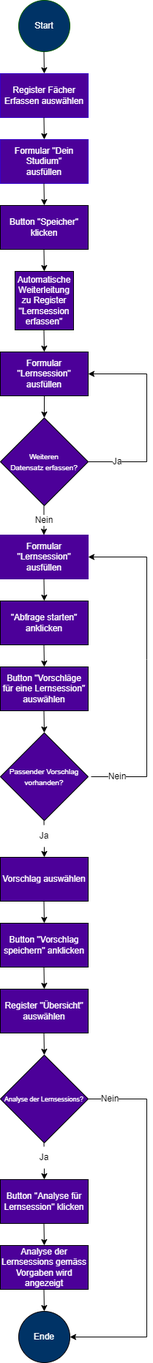
Before: images/Flowchart_Projekt_PROG2.png, a diagram exported from draw.io (corilla007/PROG2_Projektarbeit). Source tidied: cells renumbered, new cells last; positions are measured from the earlier drawing's top-left corner, leaving out a move shared by most shapes.
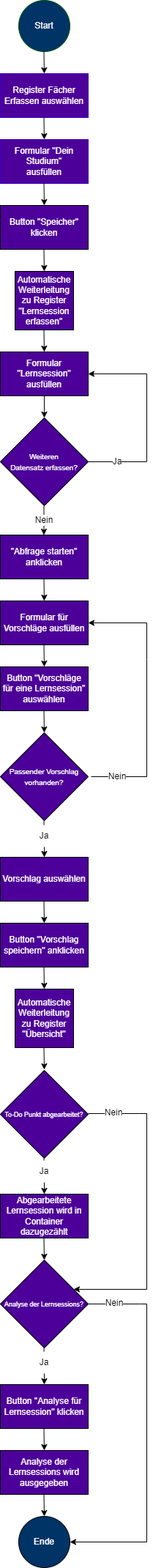
After the commit.

Diff of the diagram source:
```diff
@@ -76,11 +76,8 @@
     <mxCell id="18" value="&lt;font style=&quot;font-size: 12px&quot;&gt;Nein&lt;/font&gt;" style="text;html=1;strokeColor=none;fillColor=none;align=center;verticalAlign=middle;whiteSpace=wrap;rounded=0;fontSize=10;gradientColor=none;labelBackgroundColor=default;" parent="1" vertex="1">
       <mxGeometry x="30" y="695" width="60" height="30" as="geometry" />
     </mxCell>
-    <mxCell id="19" value="Formular &quot;Lernsession&quot; ausfüllen" style="rounded=0;whiteSpace=wrap;html=1;fontColor=#FFFFFF;strokeColor=#4C0099;fillColor=#4C0099;" parent="1" vertex="1">
-      <mxGeometry y="730" width="120" height="60" as="geometry" />
-    </mxCell>
     <mxCell id="20" value="&quot;Abfrage starten&quot; anklicken" style="rounded=0;whiteSpace=wrap;html=1;fillColor=#4C0099;fontColor=#FFFFFF;" parent="1" vertex="1">
-      <mxGeometry y="820" width="120" height="60" as="geometry" />
+      <mxGeometry y="730" width="120" height="60" as="geometry" />
     </mxCell>
     <mxCell id="21" style="endArrow=classic;html=1;rounded=0;fontSize=12;" parent="1" edge="1">
       <mxGeometry relative="1" as="geometry">
@@ -106,13 +103,13 @@
     <mxCell id="25" value="&lt;p style=&quot;line-height: 1.2&quot;&gt;&lt;span style=&quot;font-size: 10px&quot;&gt;Passender Vorschlag vorhanden?&lt;/span&gt;&lt;/p&gt;" style="rhombus;whiteSpace=wrap;html=1;fillColor=#4C0099;fontColor=#FFFFFF;" parent="1" vertex="1">
       <mxGeometry y="1000" width="120" height="120" as="geometry" />
     </mxCell>
-    <mxCell id="26" style="endArrow=classic;html=1;rounded=0;fontSize=10;exitX=1;exitY=0.5;exitDx=0;exitDy=0;entryX=1;entryY=0.5;entryDx=0;entryDy=0;" parent="1" edge="1" target="19">
+    <mxCell id="26" style="endArrow=classic;html=1;rounded=0;fontSize=10;exitX=1;exitY=0.5;exitDx=0;exitDy=0;entryX=1;entryY=0.5;entryDx=0;entryDy=0;" parent="1" edge="1" target="49">
       <mxGeometry relative="1" as="geometry">
         <mxPoint x="124" y="1060" as="sourcePoint" />
         <Array as="points">
           <mxPoint x="200" y="1060" />
           <mxPoint x="200" y="900" />
-          <mxPoint x="200" y="760" />
+          <mxPoint x="200" y="850" />
         </Array>
       </mxGeometry>
     </mxCell>
@@ -151,11 +148,8 @@
       </mxGeometry>
     </mxCell>
     <mxCell id="35" value="&lt;p style=&quot;line-height: 1.2&quot;&gt;&lt;font style=&quot;font-size: 9px&quot;&gt;Analyse der Lernsessions?&lt;/font&gt;&lt;/p&gt;" style="rhombus;whiteSpace=wrap;html=1;fillColor=#4C0099;fontColor=#FFFFFF;" parent="1" vertex="1">
-      <mxGeometry y="1440" width="120" height="120" as="geometry" />
+      <mxGeometry y="1720" width="120" height="120" as="geometry" />
     </mxCell>
-    <mxCell id="36" value="Register &quot;Übersicht&quot; auswählen" style="rounded=0;whiteSpace=wrap;html=1;fillColor=#4C0099;fontColor=#FFFFFF;" parent="1" vertex="1">
-      <mxGeometry y="1350" width="120" height="60" as="geometry" />
-    </mxCell>
     <mxCell id="37" style="endArrow=classic;html=1;rounded=0;fontSize=12;" parent="1" edge="1">
       <mxGeometry relative="1" as="geometry">
         <mxPoint x="59.5" y="1320" as="sourcePoint" />
@@ -164,54 +158,111 @@
     </mxCell>
     <mxCell id="38" style="endArrow=classic;html=1;rounded=0;fontSize=12;" parent="1" edge="1">
       <mxGeometry relative="1" as="geometry">
-        <mxPoint x="59.5" y="1410" as="sourcePoint" />
-        <mxPoint x="60" y="1440" as="targetPoint" />
+        <mxPoint x="59.5" y="1430" as="sourcePoint" />
+        <mxPoint x="60" y="1460" as="targetPoint" />
       </mxGeometry>
     </mxCell>
     <mxCell id="39" value="Button &quot;Analyse für Lernsession&quot; klicken" style="rounded=0;whiteSpace=wrap;html=1;fillColor=#4C0099;fontColor=#FFFFFF;" parent="1" vertex="1">
-      <mxGeometry y="1610" width="120" height="60" as="geometry" />
+      <mxGeometry y="1890" width="120" height="60" as="geometry" />
     </mxCell>
     <mxCell id="40" style="endArrow=classic;html=1;rounded=0;fontSize=12;startArrow=none;" parent="1" edge="1" source="41">
       <mxGeometry relative="1" as="geometry">
-        <mxPoint x="60" y="1610" as="targetPoint" />
+        <mxPoint x="60" y="1890" as="targetPoint" />
       </mxGeometry>
     </mxCell>
     <mxCell id="41" value="&lt;font style=&quot;font-size: 12px&quot;&gt;Ja&lt;/font&gt;" style="text;html=1;strokeColor=none;fillColor=none;align=center;verticalAlign=middle;whiteSpace=wrap;rounded=0;fontSize=10;gradientColor=none;labelBackgroundColor=default;" parent="1" vertex="1">
-      <mxGeometry x="30" y="1565" width="60" height="30" as="geometry" />
+      <mxGeometry x="30" y="1845" width="60" height="30" as="geometry" />
     </mxCell>
     <mxCell id="42" style="endArrow=none;html=1;rounded=0;fontSize=12;" parent="1" edge="1" target="41">
       <mxGeometry relative="1" as="geometry">
-        <mxPoint x="59.5" y="1560" as="sourcePoint" />
+        <mxPoint x="59.5" y="1840" as="sourcePoint" />
       </mxGeometry>
     </mxCell>
-    <mxCell id="43" value="Analyse der Lernsessions gemäss Vorgaben wird angezeigt" style="rounded=0;whiteSpace=wrap;html=1;fillColor=#4C0099;fontColor=#FFFFFF;" parent="1" vertex="1">
-      <mxGeometry y="1700" width="120" height="60" as="geometry" />
+    <mxCell id="43" value="Analyse der Lernsessions wird ausgegeben" style="rounded=0;whiteSpace=wrap;html=1;fillColor=#4C0099;fontColor=#FFFFFF;" parent="1" vertex="1">
+      <mxGeometry y="1980" width="120" height="60" as="geometry" />
     </mxCell>
     <mxCell id="44" style="endArrow=classic;html=1;rounded=0;fontSize=12;" parent="1" edge="1">
       <mxGeometry relative="1" as="geometry">
-        <mxPoint x="59.5" y="1670" as="sourcePoint" />
-        <mxPoint x="60" y="1700" as="targetPoint" />
+        <mxPoint x="59.5" y="1950" as="sourcePoint" />
+        <mxPoint x="60" y="1980" as="targetPoint" />
       </mxGeometry>
     </mxCell>
     <mxCell id="45" value="Ende" style="ellipse;whiteSpace=wrap;html=1;fillColor=#003366;fontColor=#FFFFFF;" parent="1" vertex="1">
-      <mxGeometry x="25" y="1790" width="70" height="70" as="geometry" />
+      <mxGeometry x="25" y="2070" width="70" height="70" as="geometry" />
     </mxCell>
     <mxCell id="46" style="endArrow=classic;html=1;rounded=0;fontSize=12;" parent="1" edge="1">
       <mxGeometry relative="1" as="geometry">
-        <mxPoint x="59.5" y="1760" as="sourcePoint" />
-        <mxPoint x="60" y="1790" as="targetPoint" />
+        <mxPoint x="59.5" y="2040" as="sourcePoint" />
+        <mxPoint x="60" y="2070" as="targetPoint" />
       </mxGeometry>
     </mxCell>
-    <mxCell id="47" style="endArrow=classic;html=1;rounded=0;fontSize=9;entryX=1;entryY=0.5;entryDx=0;entryDy=0;exitX=1;exitY=0.5;exitDx=0;exitDy=0;" parent="1" edge="1" source="35" target="45">
+    <mxCell id="47" style="endArrow=classic;html=1;rounded=0;fontSize=9;entryX=1;entryY=0.5;entryDx=0;entryDy=0;exitX=1;exitY=0.5;exitDx=0;exitDy=0;startArrow=none;" parent="1" edge="1">
       <mxGeometry relative="1" as="geometry">
+        <mxPoint x="190" y="1780" as="sourcePoint" />
+        <mxPoint x="95" y="2105" as="targetPoint" />
         <Array as="points">
-          <mxPoint x="200" y="1500" />
-          <mxPoint x="200" y="1825" />
+          <mxPoint x="200" y="1780" />
+          <mxPoint x="200" y="2105" />
         </Array>
       </mxGeometry>
     </mxCell>
-    <mxCell id="48" value="&lt;font style=&quot;font-size: 12px&quot;&gt;Nein&lt;/font&gt;" style="text;html=1;strokeColor=none;fillColor=none;align=center;verticalAlign=middle;whiteSpace=wrap;rounded=0;fontSize=10;gradientColor=none;labelBackgroundColor=default;" parent="1" vertex="1">
-      <mxGeometry x="120" y="1485" width="60" height="30" as="geometry" />
-    </mxCell>
+    <mxCell id="49" value="Formular für Vorschläge ausfüllen" style="rounded=0;whiteSpace=wrap;html=1;fillColor=#4C0099;fontColor=#FFFFFF;" parent="1" vertex="1">
+      <mxGeometry y="820" width="120" height="60" as="geometry" />
+    </mxCell>
+    <mxCell id="50" value="&lt;font color=&quot;#ffffff&quot;&gt;&lt;span style=&quot;font-size: 12px ; font-style: normal ; font-weight: 400 ; letter-spacing: normal ; text-align: center ; text-indent: 0px ; text-transform: none ; word-spacing: 0px ; font-family: &amp;#34;helvetica&amp;#34; ; display: inline ; float: none&quot;&gt;Automatische Weiterleitung zu Register &quot;Übersicht&quot;&lt;/span&gt;&lt;br style=&quot;font-family: &amp;#34;helvetica&amp;#34; ; font-size: 12px ; font-style: normal ; font-weight: 400 ; letter-spacing: normal ; text-align: center ; text-indent: 0px ; text-transform: none ; word-spacing: 0px&quot;&gt;&lt;/font&gt;" style="whiteSpace=wrap;html=1;fillColor=#4C0099;" parent="1" vertex="1">
+      <mxGeometry x="20" y="1350" width="80" height="80" as="geometry" />
+    </mxCell>
+    <mxCell id="51" value="Abgearbeitete Lernsession wird in Container dazugezählt" style="rounded=0;whiteSpace=wrap;html=1;fillColor=#4C0099;fontColor=#FFFFFF;" parent="1" vertex="1">
+      <mxGeometry y="1630" width="120" height="60" as="geometry" />
+    </mxCell>
+    <mxCell id="52" style="endArrow=classic;html=1;rounded=0;fontSize=12;startArrow=none;" parent="1" edge="1" source="54">
+      <mxGeometry relative="1" as="geometry">
+        <mxPoint x="60" y="1630" as="targetPoint" />
+      </mxGeometry>
+    </mxCell>
+    <mxCell id="53" value="&lt;p style=&quot;line-height: 1.2&quot;&gt;&lt;font style=&quot;font-size: 9px&quot;&gt;To-Do Punkt abgearbeitet?&lt;/font&gt;&lt;/p&gt;" style="rhombus;whiteSpace=wrap;html=1;fillColor=#4C0099;fontColor=#FFFFFF;" parent="1" vertex="1">
+      <mxGeometry y="1461" width="120" height="120" as="geometry" />
+    </mxCell>
+    <mxCell id="54" value="&lt;font style=&quot;font-size: 12px&quot;&gt;Ja&lt;/font&gt;" style="text;html=1;strokeColor=none;fillColor=none;align=center;verticalAlign=middle;whiteSpace=wrap;rounded=0;fontSize=10;gradientColor=none;labelBackgroundColor=default;" parent="1" vertex="1">
+      <mxGeometry x="30" y="1584" width="60" height="30" as="geometry" />
+    </mxCell>
+    <mxCell id="55" style="endArrow=none;html=1;rounded=0;fontSize=12;" parent="1" edge="1" target="54">
+      <mxGeometry relative="1" as="geometry">
+        <mxPoint x="59.5" y="1581" as="sourcePoint" />
+      </mxGeometry>
+    </mxCell>
+    <mxCell id="56" style="endArrow=classic;html=1;rounded=0;fontSize=9;exitX=1;exitY=0.5;exitDx=0;exitDy=0;startArrow=none;" parent="1" edge="1">
+      <mxGeometry relative="1" as="geometry">
+        <mxPoint x="190" y="1520" as="sourcePoint" />
+        <mxPoint x="100" y="1760" as="targetPoint" />
+        <Array as="points">
+          <mxPoint x="200" y="1520" />
+          <mxPoint x="200" y="1760" />
+        </Array>
+      </mxGeometry>
+    </mxCell>
+    <mxCell id="57" style="endArrow=none;html=1;rounded=0;fontSize=9;entryX=1;entryY=0.5;entryDx=0;entryDy=0;exitX=1;exitY=0.5;exitDx=0;exitDy=0;labelBorderColor=none;" parent="1" edge="1">
+      <mxGeometry relative="1" as="geometry">
+        <mxPoint x="120" y="1520" as="sourcePoint" />
+        <mxPoint x="190" y="1520" as="targetPoint" />
+      </mxGeometry>
+    </mxCell>
+    <mxCell id="58" value="&lt;font style=&quot;font-size: 12px&quot;&gt;Nein&lt;/font&gt;" style="text;html=1;strokeColor=none;fillColor=none;align=center;verticalAlign=middle;whiteSpace=wrap;rounded=0;fontSize=10;gradientColor=none;labelBackgroundColor=default;" parent="1" vertex="1">
+      <mxGeometry x="125" y="1504" width="60" height="30" as="geometry" />
+    </mxCell>
+    <mxCell id="59" style="endArrow=classic;html=1;rounded=0;fontSize=12;" parent="1" edge="1">
+      <mxGeometry relative="1" as="geometry">
+        <mxPoint x="59.5" y="1690" as="sourcePoint" />
+        <mxPoint x="60" y="1720" as="targetPoint" />
+      </mxGeometry>
+    </mxCell>
+    <mxCell id="60" style="endArrow=none;html=1;rounded=0;fontSize=9;entryX=1;entryY=0.5;entryDx=0;entryDy=0;exitX=1;exitY=0.5;exitDx=0;exitDy=0;" parent="1" edge="1" source="35">
+      <mxGeometry relative="1" as="geometry">
+        <mxPoint x="190" y="1780" as="targetPoint" />
+      </mxGeometry>
+    </mxCell>
+    <mxCell id="61" value="&lt;font style=&quot;font-size: 12px&quot;&gt;Nein&lt;/font&gt;" style="text;html=1;strokeColor=none;fillColor=none;align=center;verticalAlign=middle;whiteSpace=wrap;rounded=0;fontSize=10;gradientColor=none;labelBackgroundColor=default;" parent="1" vertex="1">
+      <mxGeometry x="126" y="1764" width="60" height="30" as="geometry" />
+    </mxCell>
   </root>
 </mxGraphModel>
```
